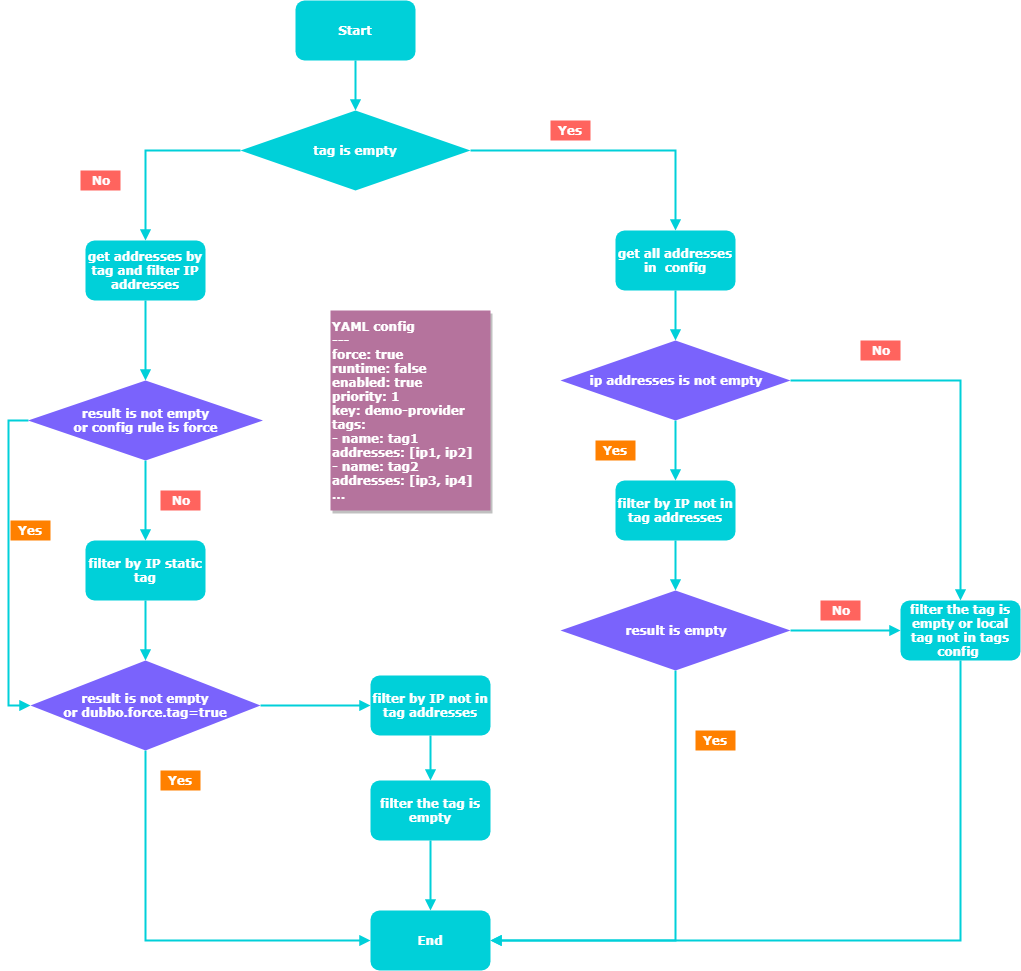
Above: dubbo/images/dubbo-router-tag.png in web1992/read (draw.io), before the change. Source tidied: cells renumbered, new cells last; positions are measured from the earlier drawing's top-left corner, leaving out a move shared by most shapes.
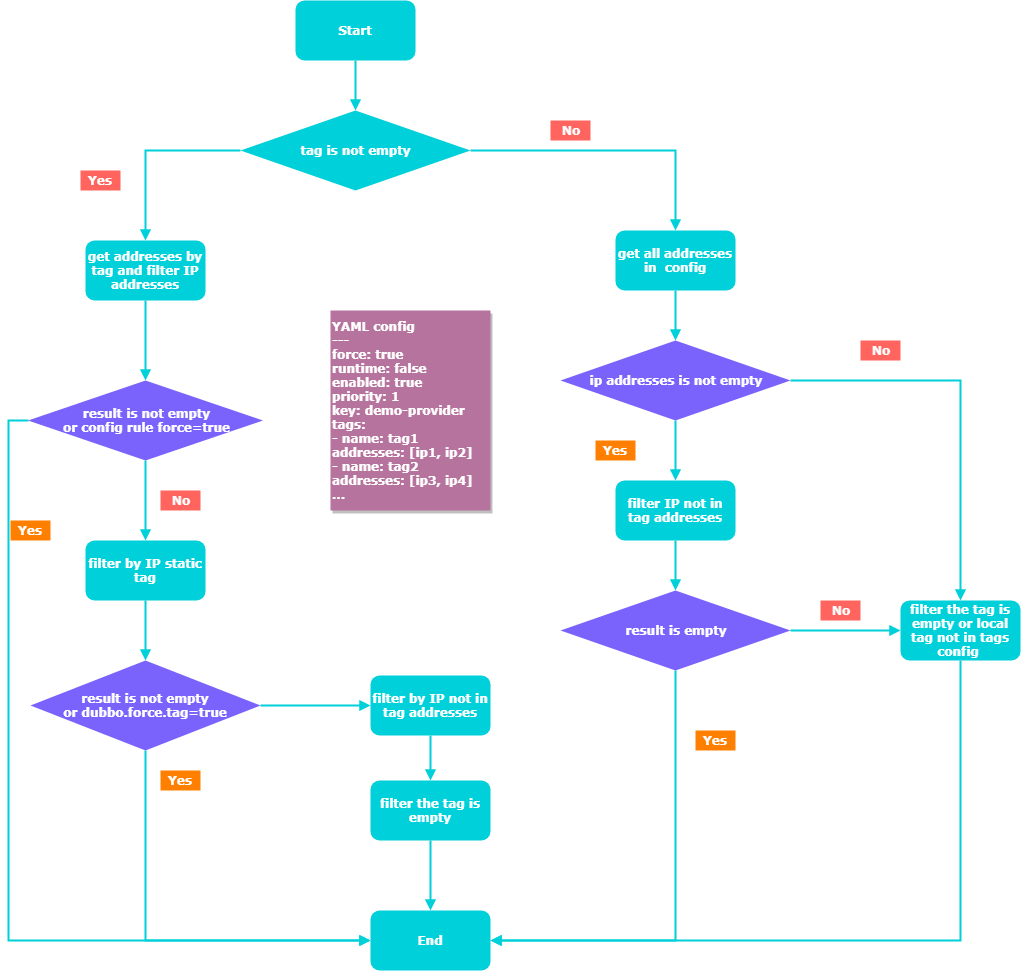
Later version of the same file.

Commit message:
fix router tag

What changed in the source:
```diff
@@ -2,45 +2,45 @@
   <root>
     <mxCell id="0" />
     <mxCell id="1" parent="0" />
-    <mxCell id="2" style="edgeStyle=orthogonalEdgeStyle;rounded=0;jettySize=auto;html=1;exitX=0.5;exitY=1;exitDx=0;exitDy=0;entryX=0.5;entryY=0;entryDx=0;entryDy=0;fontFamily=Verdana;fontColor=#FFFFFF;strokeColor=#00D0D9;strokeWidth=2;endArrow=block;endFill=1;" parent="1" edge="1" source="3" target="6">
-      <mxGeometry relative="1" as="geometry" />
-    </mxCell>
+    <mxCell id="44" style="edgeStyle=orthogonalEdgeStyle;rounded=0;jettySize=auto;html=1;exitX=0.5;exitY=1;exitDx=0;exitDy=0;entryX=0.5;entryY=0;entryDx=0;entryDy=0;fontFamily=Verdana;fontColor=#FFFFFF;strokeColor=#00D0D9;strokeWidth=2;endArrow=block;endFill=1;" parent="1" edge="1" source="3" target="47">
+      <mxGeometry relative="1" as="geometry" />
+    </mxCell>
     <mxCell id="3" value="Start" style="rounded=1;whiteSpace=wrap;html=1;fillColor=#00D0D9;strokeColor=none;fontStyle=1;fontColor=#FFFFFF;fontFamily=Verdana;" parent="1" vertex="1">
       <mxGeometry x="285" width="120" height="60" as="geometry" />
     </mxCell>
-    <mxCell id="4" style="edgeStyle=orthogonalEdgeStyle;rounded=0;jettySize=auto;html=1;exitX=0;exitY=0.5;exitDx=0;exitDy=0;entryX=0.5;entryY=0;entryDx=0;entryDy=0;fontFamily=Verdana;fontColor=#FFFFFF;strokeColor=#00D0D9;strokeWidth=2;endFill=1;endArrow=block;" parent="1" edge="1" source="6" target="8">
-      <mxGeometry relative="1" as="geometry" />
-    </mxCell>
-    <mxCell id="5" style="edgeStyle=orthogonalEdgeStyle;rounded=0;jettySize=auto;html=1;exitX=1;exitY=0.5;exitDx=0;exitDy=0;entryX=0.5;entryY=0;entryDx=0;entryDy=0;fontFamily=Verdana;fontColor=#FFFFFF;strokeColor=#00D0D9;strokeWidth=2;endFill=1;endArrow=block;" parent="1" edge="1" source="6" target="27">
-      <mxGeometry relative="1" as="geometry" />
-    </mxCell>
-    <mxCell id="6" value="tag is empty" style="rhombus;whiteSpace=wrap;html=1;fillColor=#00D0D9;fontFamily=Verdana;fontColor=#FFFFFF;strokeColor=none;fontStyle=1;" parent="1" vertex="1">
-      <mxGeometry x="230" y="110" width="230" height="80" as="geometry" />
-    </mxCell>
-    <mxCell id="7" style="edgeStyle=orthogonalEdgeStyle;rounded=0;jettySize=auto;html=1;exitX=0.5;exitY=1;exitDx=0;exitDy=0;fontFamily=Verdana;fontColor=#FFFFFF;strokeColor=#00D0D9;strokeWidth=2;endFill=1;endArrow=block;" parent="1" edge="1" source="8" target="12">
-      <mxGeometry relative="1" as="geometry" />
-    </mxCell>
+    <mxCell id="45" style="edgeStyle=orthogonalEdgeStyle;rounded=0;jettySize=auto;html=1;exitX=0;exitY=0.5;exitDx=0;exitDy=0;entryX=0.5;entryY=0;entryDx=0;entryDy=0;fontFamily=Verdana;fontColor=#FFFFFF;strokeColor=#00D0D9;strokeWidth=2;endFill=1;endArrow=block;" parent="1" edge="1" source="47" target="8">
+      <mxGeometry relative="1" as="geometry" />
+    </mxCell>
+    <mxCell id="46" style="edgeStyle=orthogonalEdgeStyle;rounded=0;jettySize=auto;html=1;exitX=1;exitY=0.5;exitDx=0;exitDy=0;entryX=0.5;entryY=0;entryDx=0;entryDy=0;fontFamily=Verdana;fontColor=#FFFFFF;strokeColor=#00D0D9;strokeWidth=2;endFill=1;endArrow=block;" parent="1" edge="1" source="47" target="27">
+      <mxGeometry relative="1" as="geometry" />
+    </mxCell>
+    <mxCell id="47" value="tag is not empty" style="rhombus;whiteSpace=wrap;html=1;fillColor=#00D0D9;fontFamily=Verdana;fontColor=#FFFFFF;strokeColor=none;fontStyle=1;" parent="1" vertex="1">
+      <mxGeometry x="230" y="110" width="230" height="80" as="geometry" />
+    </mxCell>
+    <mxCell id="48" style="edgeStyle=orthogonalEdgeStyle;rounded=0;jettySize=auto;html=1;exitX=0.5;exitY=1;exitDx=0;exitDy=0;fontFamily=Verdana;fontColor=#FFFFFF;strokeColor=#00D0D9;strokeWidth=2;endFill=1;endArrow=block;" parent="1" edge="1" source="8" target="51">
+      <mxGeometry relative="1" as="geometry" />
+    </mxCell>
     <mxCell id="8" value="get addresses by tag and filter IP addresses" style="rounded=1;whiteSpace=wrap;html=1;fillColor=#00D0D9;strokeColor=none;fontStyle=1;fontColor=#FFFFFF;fontFamily=Verdana;" parent="1" vertex="1">
       <mxGeometry x="75" y="240" width="120" height="60" as="geometry" />
     </mxCell>
-    <mxCell id="9" value="No" style="text;html=1;strokeColor=none;fillColor=#FF645E;align=center;verticalAlign=middle;whiteSpace=wrap;rounded=0;fontFamily=Verdana;fontColor=#FFFFFF;fontStyle=1;" parent="1" vertex="1">
-      <mxGeometry x="70" y="170" width="40" height="20" as="geometry" />
-    </mxCell>
-    <mxCell id="10" style="edgeStyle=orthogonalEdgeStyle;rounded=0;jettySize=auto;html=1;exitX=0.5;exitY=1;exitDx=0;exitDy=0;entryX=0.5;entryY=0;entryDx=0;entryDy=0;fontFamily=Verdana;fontColor=#FFFFFF;strokeColor=#00D0D9;strokeWidth=2;endFill=1;endArrow=block;" parent="1" edge="1" source="12" target="16">
-      <mxGeometry relative="1" as="geometry" />
-    </mxCell>
-    <mxCell id="11" style="edgeStyle=orthogonalEdgeStyle;rounded=0;jettySize=auto;html=1;exitX=0;exitY=0.5;exitDx=0;exitDy=0;entryX=0;entryY=0.5;entryDx=0;entryDy=0;endArrow=block;endFill=1;strokeColor=#00D0D9;strokeWidth=2;fontFamily=Verdana;fontColor=#FFFFFF;" parent="1" edge="1" source="12" target="19">
-      <mxGeometry relative="1" as="geometry" />
-    </mxCell>
-    <mxCell id="12" value="&lt;div&gt;result is not empty&lt;br&gt;or config rule is force&lt;/div&gt;" style="rhombus;whiteSpace=wrap;html=1;fillColor=#7A63FC;fontFamily=Verdana;fontColor=#FFFFFF;strokeColor=none;fontStyle=1;" parent="1" vertex="1">
-      <mxGeometry x="17.5" y="380" width="235" height="80" as="geometry" />
-    </mxCell>
+    <mxCell id="40" value="Yes" style="text;html=1;strokeColor=none;fillColor=#FF645E;align=center;verticalAlign=middle;whiteSpace=wrap;rounded=0;fontFamily=Verdana;fontColor=#FFFFFF;fontStyle=1;" parent="1" vertex="1">
+      <mxGeometry x="70" y="170" width="40" height="20" as="geometry" />
+    </mxCell>
+    <mxCell id="49" style="edgeStyle=orthogonalEdgeStyle;rounded=0;jettySize=auto;html=1;exitX=0.5;exitY=1;exitDx=0;exitDy=0;entryX=0.5;entryY=0;entryDx=0;entryDy=0;fontFamily=Verdana;fontColor=#FFFFFF;strokeColor=#00D0D9;strokeWidth=2;endFill=1;endArrow=block;" parent="1" edge="1" source="51" target="16">
+      <mxGeometry relative="1" as="geometry" />
+    </mxCell>
+    <mxCell id="50" style="edgeStyle=orthogonalEdgeStyle;rounded=0;jettySize=auto;html=1;exitX=0;exitY=0.5;exitDx=0;exitDy=0;entryX=0;entryY=0.5;entryDx=0;entryDy=0;fontFamily=Verdana;fontColor=#FFFFFF;strokeColor=#00D0D9;strokeWidth=2;endFill=1;endArrow=block;" parent="1" edge="1" source="51" target="13">
+      <mxGeometry relative="1" as="geometry" />
+    </mxCell>
+    <mxCell id="51" value="&lt;div&gt;result is not empty&lt;br&gt;or config rule force=true&lt;/div&gt;" style="rhombus;whiteSpace=wrap;html=1;fillColor=#7A63FC;fontFamily=Verdana;fontColor=#FFFFFF;strokeColor=none;fontStyle=1;" parent="1" vertex="1">
+      <mxGeometry x="17.5" y="380" width="235" height="80" as="geometry" />
+    </mxCell>
     <mxCell id="13" value="End" style="rounded=1;whiteSpace=wrap;html=1;fillColor=#00D0D9;strokeColor=none;fontStyle=1;fontColor=#FFFFFF;fontFamily=Verdana;" parent="1" vertex="1">
       <mxGeometry x="360" y="910" width="120" height="60" as="geometry" />
     </mxCell>
-    <mxCell id="14" value="Yes" style="text;html=1;strokeColor=none;fillColor=#FF8000;align=center;verticalAlign=middle;whiteSpace=wrap;rounded=0;fontFamily=Verdana;fontColor=#FFFFFF;fontStyle=1;" parent="1" vertex="1">
-      <mxGeometry y="520" width="40" height="20" as="geometry" />
-    </mxCell>
+    <mxCell id="52" value="Yes" style="text;html=1;strokeColor=none;fillColor=#FF8000;align=center;verticalAlign=middle;whiteSpace=wrap;rounded=0;fontFamily=Verdana;fontColor=#FFFFFF;fontStyle=1;" parent="1" vertex="1">
+      <mxGeometry y="520" width="40" height="20" as="geometry" />
+    </mxCell>
     <mxCell id="15" style="edgeStyle=orthogonalEdgeStyle;rounded=0;jettySize=auto;html=1;exitX=0.5;exitY=1;exitDx=0;exitDy=0;fontFamily=Verdana;fontColor=#FFFFFF;strokeColor=#00D0D9;strokeWidth=2;endFill=1;endArrow=block;" parent="1" edge="1" source="16" target="19">
       <mxGeometry relative="1" as="geometry" />
     </mxCell>
@@ -50,24 +50,24 @@
     <mxCell id="17" style="edgeStyle=orthogonalEdgeStyle;rounded=0;jettySize=auto;html=1;exitX=0.5;exitY=1;exitDx=0;exitDy=0;entryX=0;entryY=0.5;entryDx=0;entryDy=0;fontFamily=Verdana;fontColor=#FFFFFF;strokeColor=#00D0D9;strokeWidth=2;endFill=1;endArrow=block;" parent="1" edge="1" source="19" target="13">
       <mxGeometry relative="1" as="geometry" />
     </mxCell>
-    <mxCell id="18" style="edgeStyle=orthogonalEdgeStyle;rounded=0;jettySize=auto;html=1;exitX=1;exitY=0.5;exitDx=0;exitDy=0;entryX=0;entryY=0.5;entryDx=0;entryDy=0;fontFamily=Verdana;fontColor=#FFFFFF;strokeColor=#00D0D9;strokeWidth=2;endFill=1;endArrow=block;" parent="1" edge="1" source="19" target="23">
-      <mxGeometry relative="1" as="geometry" />
-    </mxCell>
+    <mxCell id="53" style="edgeStyle=orthogonalEdgeStyle;rounded=0;jettySize=auto;html=1;exitX=1;exitY=0.5;exitDx=0;exitDy=0;entryX=0;entryY=0.5;entryDx=0;entryDy=0;fontFamily=Verdana;fontColor=#FFFFFF;strokeColor=#00D0D9;strokeWidth=2;endFill=1;endArrow=block;" parent="1" edge="1" source="19" target="57">
+      <mxGeometry relative="1" as="geometry" />
+    </mxCell>
     <mxCell id="19" value="&lt;div&gt;result is not empty&lt;br&gt;or&amp;nbsp;&lt;span&gt;dubbo.force.tag=true&lt;/span&gt;&lt;/div&gt;" style="rhombus;whiteSpace=wrap;html=1;fillColor=#7A63FC;fontFamily=Verdana;fontColor=#FFFFFF;strokeColor=none;fontStyle=1;" parent="1" vertex="1">
       <mxGeometry x="20" y="660" width="230" height="90" as="geometry" />
     </mxCell>
-    <mxCell id="20" value="Yes" style="text;html=1;strokeColor=none;fillColor=#FF8000;align=center;verticalAlign=middle;whiteSpace=wrap;rounded=0;fontFamily=Verdana;fontColor=#FFFFFF;fontStyle=1;" parent="1" vertex="1">
-      <mxGeometry x="150" y="770" width="40" height="20" as="geometry" />
-    </mxCell>
-    <mxCell id="21" value="No" style="text;html=1;strokeColor=none;fillColor=#FF645E;align=center;verticalAlign=middle;whiteSpace=wrap;rounded=0;fontFamily=Verdana;fontColor=#FFFFFF;fontStyle=1;" parent="1" vertex="1">
-      <mxGeometry x="150" y="490" width="40" height="20" as="geometry" />
-    </mxCell>
-    <mxCell id="22" style="edgeStyle=orthogonalEdgeStyle;rounded=0;jettySize=auto;html=1;exitX=0.5;exitY=1;exitDx=0;exitDy=0;entryX=0.5;entryY=0;entryDx=0;entryDy=0;fontFamily=Verdana;fontColor=#FFFFFF;strokeColor=#00D0D9;strokeWidth=2;endFill=1;endArrow=block;" parent="1" edge="1" source="23" target="25">
-      <mxGeometry relative="1" as="geometry" />
-    </mxCell>
-    <mxCell id="23" value="filter by IP not in tag addresses" style="rounded=1;whiteSpace=wrap;html=1;fillColor=#00D0D9;strokeColor=none;fontStyle=1;fontColor=#FFFFFF;fontFamily=Verdana;" parent="1" vertex="1">
-      <mxGeometry x="360" y="675" width="120" height="60" as="geometry" />
-    </mxCell>
+    <mxCell id="54" value="Yes" style="text;html=1;strokeColor=none;fillColor=#FF8000;align=center;verticalAlign=middle;whiteSpace=wrap;rounded=0;fontFamily=Verdana;fontColor=#FFFFFF;fontStyle=1;" parent="1" vertex="1">
+      <mxGeometry x="150" y="770" width="40" height="20" as="geometry" />
+    </mxCell>
+    <mxCell id="55" value="No" style="text;html=1;strokeColor=none;fillColor=#FF645E;align=center;verticalAlign=middle;whiteSpace=wrap;rounded=0;fontFamily=Verdana;fontColor=#FFFFFF;fontStyle=1;" parent="1" vertex="1">
+      <mxGeometry x="150" y="490" width="40" height="20" as="geometry" />
+    </mxCell>
+    <mxCell id="56" style="edgeStyle=orthogonalEdgeStyle;rounded=0;jettySize=auto;html=1;exitX=0.5;exitY=1;exitDx=0;exitDy=0;entryX=0.5;entryY=0;entryDx=0;entryDy=0;fontFamily=Verdana;fontColor=#FFFFFF;strokeColor=#00D0D9;strokeWidth=2;endFill=1;endArrow=block;" parent="1" edge="1" source="57" target="25">
+      <mxGeometry relative="1" as="geometry" />
+    </mxCell>
+    <mxCell id="57" value="filter by IP not in tag addresses" style="rounded=1;whiteSpace=wrap;html=1;fillColor=#00D0D9;strokeColor=none;fontStyle=1;fontColor=#FFFFFF;fontFamily=Verdana;" parent="1" vertex="1">
+      <mxGeometry x="360" y="675" width="120" height="60" as="geometry" />
+    </mxCell>
     <mxCell id="24" style="edgeStyle=orthogonalEdgeStyle;rounded=0;jettySize=auto;html=1;exitX=0.5;exitY=1;exitDx=0;exitDy=0;entryX=0.5;entryY=0;entryDx=0;entryDy=0;fontFamily=Verdana;fontColor=#FFFFFF;strokeColor=#00D0D9;strokeWidth=2;endFill=1;endArrow=block;" parent="1" edge="1" source="25" target="13">
       <mxGeometry relative="1" as="geometry" />
     </mxCell>
@@ -80,21 +80,21 @@
     <mxCell id="27" value="get all addresses in&amp;nbsp; config" style="rounded=1;whiteSpace=wrap;html=1;fillColor=#00D0D9;strokeColor=none;fontStyle=1;fontColor=#FFFFFF;fontFamily=Verdana;" parent="1" vertex="1">
       <mxGeometry x="605" y="230" width="120" height="60" as="geometry" />
     </mxCell>
-    <mxCell id="28" style="edgeStyle=orthogonalEdgeStyle;rounded=0;jettySize=auto;html=1;exitX=0.5;exitY=1;exitDx=0;exitDy=0;entryX=0.5;entryY=0;entryDx=0;entryDy=0;fontFamily=Verdana;fontColor=#FFFFFF;strokeColor=#00D0D9;strokeWidth=2;endFill=1;endArrow=block;" parent="1" edge="1" source="30" target="32">
-      <mxGeometry relative="1" as="geometry" />
-    </mxCell>
+    <mxCell id="58" style="edgeStyle=orthogonalEdgeStyle;rounded=0;jettySize=auto;html=1;exitX=0.5;exitY=1;exitDx=0;exitDy=0;entryX=0.5;entryY=0;entryDx=0;entryDy=0;fontFamily=Verdana;fontColor=#FFFFFF;strokeColor=#00D0D9;strokeWidth=2;endFill=1;endArrow=block;" parent="1" edge="1" source="30" target="60">
+      <mxGeometry relative="1" as="geometry" />
+    </mxCell>
     <mxCell id="29" style="edgeStyle=orthogonalEdgeStyle;rounded=0;jettySize=auto;html=1;exitX=1;exitY=0.5;exitDx=0;exitDy=0;entryX=0.5;entryY=0;entryDx=0;entryDy=0;fontFamily=Verdana;fontColor=#FFFFFF;strokeColor=#00D0D9;strokeWidth=2;endFill=1;endArrow=block;" parent="1" edge="1" source="30" target="38">
       <mxGeometry relative="1" as="geometry" />
     </mxCell>
     <mxCell id="30" value="ip&amp;nbsp;&lt;span&gt;addresses is not empty&lt;/span&gt;" style="rhombus;whiteSpace=wrap;html=1;fillColor=#7A63FC;fontFamily=Verdana;fontColor=#FFFFFF;strokeColor=none;fontStyle=1;" parent="1" vertex="1">
       <mxGeometry x="550" y="340" width="230" height="80" as="geometry" />
     </mxCell>
-    <mxCell id="31" style="edgeStyle=orthogonalEdgeStyle;rounded=0;jettySize=auto;html=1;exitX=0.5;exitY=1;exitDx=0;exitDy=0;entryX=0.5;entryY=0;entryDx=0;entryDy=0;fontFamily=Verdana;fontColor=#FFFFFF;strokeColor=#00D0D9;strokeWidth=2;endFill=1;endArrow=block;" parent="1" edge="1" source="32" target="35">
-      <mxGeometry relative="1" as="geometry" />
-    </mxCell>
-    <mxCell id="32" value="filter by IP not in tag addresses" style="rounded=1;whiteSpace=wrap;html=1;fillColor=#00D0D9;strokeColor=none;fontStyle=1;fontColor=#FFFFFF;fontFamily=Verdana;" parent="1" vertex="1">
-      <mxGeometry x="605" y="480" width="120" height="60" as="geometry" />
-    </mxCell>
+    <mxCell id="59" style="edgeStyle=orthogonalEdgeStyle;rounded=0;jettySize=auto;html=1;exitX=0.5;exitY=1;exitDx=0;exitDy=0;entryX=0.5;entryY=0;entryDx=0;entryDy=0;fontFamily=Verdana;fontColor=#FFFFFF;strokeColor=#00D0D9;strokeWidth=2;endFill=1;endArrow=block;" parent="1" edge="1" source="60" target="35">
+      <mxGeometry relative="1" as="geometry" />
+    </mxCell>
+    <mxCell id="60" value="filter IP not in tag addresses" style="rounded=1;whiteSpace=wrap;html=1;fillColor=#00D0D9;strokeColor=none;fontStyle=1;fontColor=#FFFFFF;fontFamily=Verdana;" parent="1" vertex="1">
+      <mxGeometry x="605" y="480" width="120" height="60" as="geometry" />
+    </mxCell>
     <mxCell id="33" style="edgeStyle=orthogonalEdgeStyle;rounded=0;jettySize=auto;html=1;exitX=0.5;exitY=1;exitDx=0;exitDy=0;entryX=1;entryY=0.5;entryDx=0;entryDy=0;fontFamily=Verdana;fontColor=#FFFFFF;strokeColor=#00D0D9;strokeWidth=2;endFill=1;endArrow=block;" parent="1" edge="1" source="35" target="13">
       <mxGeometry relative="1" as="geometry" />
     </mxCell>
@@ -104,29 +104,29 @@
     <mxCell id="35" value="&lt;div&gt;result is empty&lt;/div&gt;" style="rhombus;whiteSpace=wrap;html=1;fillColor=#7A63FC;fontFamily=Verdana;fontColor=#FFFFFF;strokeColor=none;fontStyle=1;" parent="1" vertex="1">
       <mxGeometry x="550" y="590" width="230" height="80" as="geometry" />
     </mxCell>
-    <mxCell id="36" value="Yes" style="text;html=1;strokeColor=none;fillColor=#FF8000;align=center;verticalAlign=middle;whiteSpace=wrap;rounded=0;fontFamily=Verdana;fontColor=#FFFFFF;fontStyle=1;" parent="1" vertex="1">
-      <mxGeometry x="585" y="440" width="40" height="20" as="geometry" />
-    </mxCell>
+    <mxCell id="61" value="Yes" style="text;html=1;strokeColor=none;fillColor=#FF8000;align=center;verticalAlign=middle;whiteSpace=wrap;rounded=0;fontFamily=Verdana;fontColor=#FFFFFF;fontStyle=1;" parent="1" vertex="1">
+      <mxGeometry x="585" y="440" width="40" height="20" as="geometry" />
+    </mxCell>
     <mxCell id="37" style="edgeStyle=orthogonalEdgeStyle;rounded=0;jettySize=auto;html=1;exitX=0.5;exitY=1;exitDx=0;exitDy=0;entryX=1;entryY=0.5;entryDx=0;entryDy=0;fontFamily=Verdana;fontColor=#FFFFFF;strokeColor=#00D0D9;strokeWidth=2;endFill=1;endArrow=block;" parent="1" edge="1" source="38" target="13">
       <mxGeometry relative="1" as="geometry" />
     </mxCell>
     <mxCell id="38" value="filter the tag is empty or local tag not in tags config&amp;nbsp;" style="rounded=1;whiteSpace=wrap;html=1;fillColor=#00D0D9;strokeColor=none;fontStyle=1;fontColor=#FFFFFF;fontFamily=Verdana;" parent="1" vertex="1">
       <mxGeometry x="890" y="600" width="120" height="60" as="geometry" />
     </mxCell>
-    <mxCell id="39" value="No" style="text;html=1;strokeColor=none;fillColor=#FF645E;align=center;verticalAlign=middle;whiteSpace=wrap;rounded=0;fontFamily=Verdana;fontColor=#FFFFFF;fontStyle=1;" parent="1" vertex="1">
-      <mxGeometry x="850" y="340" width="40" height="20" as="geometry" />
-    </mxCell>
-    <mxCell id="40" value="Yes" style="text;html=1;strokeColor=none;fillColor=#FF645E;align=center;verticalAlign=middle;whiteSpace=wrap;rounded=0;fontFamily=Verdana;fontColor=#FFFFFF;fontStyle=1;" parent="1" vertex="1">
-      <mxGeometry x="540" y="120" width="40" height="20" as="geometry" />
-    </mxCell>
+    <mxCell id="62" value="No" style="text;html=1;strokeColor=none;fillColor=#FF645E;align=center;verticalAlign=middle;whiteSpace=wrap;rounded=0;fontFamily=Verdana;fontColor=#FFFFFF;fontStyle=1;" parent="1" vertex="1">
+      <mxGeometry x="850" y="340" width="40" height="20" as="geometry" />
+    </mxCell>
+    <mxCell id="63" value="No" style="text;html=1;strokeColor=none;fillColor=#FF645E;align=center;verticalAlign=middle;whiteSpace=wrap;rounded=0;fontFamily=Verdana;fontColor=#FFFFFF;fontStyle=1;" parent="1" vertex="1">
+      <mxGeometry x="540" y="120" width="40" height="20" as="geometry" />
+    </mxCell>
     <mxCell id="41" value="&lt;div&gt;YAML config&lt;/div&gt;&lt;div&gt;---&lt;/div&gt;&lt;div&gt;force: true&lt;/div&gt;&lt;div&gt;runtime: false&lt;/div&gt;&lt;div&gt;enabled: true&lt;/div&gt;&lt;div&gt;priority: 1&lt;/div&gt;&lt;div&gt;key: demo-provider&lt;/div&gt;&lt;div&gt;tags:&lt;/div&gt;&lt;div&gt;- name: tag1&lt;/div&gt;&lt;div&gt;addresses: [ip1, ip2]&lt;/div&gt;&lt;div&gt;- name: tag2&lt;/div&gt;&lt;div&gt;addresses: [ip3, ip4]&lt;/div&gt;&lt;div&gt;...&lt;/div&gt;" style="text;html=1;align=left;verticalAlign=middle;whiteSpace=wrap;rounded=0;fontFamily=Verdana;fillColor=#B5739D;horizontal=1;fontStyle=1;fontColor=#FFFFFF;shadow=1;comic=0;" parent="1" vertex="1">
       <mxGeometry x="320" y="310" width="160" height="200" as="geometry" />
     </mxCell>
-    <mxCell id="42" value="Yes" style="text;html=1;strokeColor=none;fillColor=#FF8000;align=center;verticalAlign=middle;whiteSpace=wrap;rounded=0;fontFamily=Verdana;fontColor=#FFFFFF;fontStyle=1;" parent="1" vertex="1">
-      <mxGeometry x="685" y="730" width="40" height="20" as="geometry" />
-    </mxCell>
-    <mxCell id="43" value="No" style="text;html=1;strokeColor=none;fillColor=#FF645E;align=center;verticalAlign=middle;whiteSpace=wrap;rounded=0;fontFamily=Verdana;fontColor=#FFFFFF;fontStyle=1;" parent="1" vertex="1">
-      <mxGeometry x="810" y="600" width="40" height="20" as="geometry" />
-    </mxCell>
+    <mxCell id="64" value="Yes" style="text;html=1;strokeColor=none;fillColor=#FF8000;align=center;verticalAlign=middle;whiteSpace=wrap;rounded=0;fontFamily=Verdana;fontColor=#FFFFFF;fontStyle=1;" parent="1" vertex="1">
+      <mxGeometry x="685" y="730" width="40" height="20" as="geometry" />
+    </mxCell>
+    <mxCell id="65" value="No" style="text;html=1;strokeColor=none;fillColor=#FF645E;align=center;verticalAlign=middle;whiteSpace=wrap;rounded=0;fontFamily=Verdana;fontColor=#FFFFFF;fontStyle=1;" parent="1" vertex="1">
+      <mxGeometry x="810" y="600" width="40" height="20" as="geometry" />
+    </mxCell>
   </root>
 </mxGraphModel>
```
